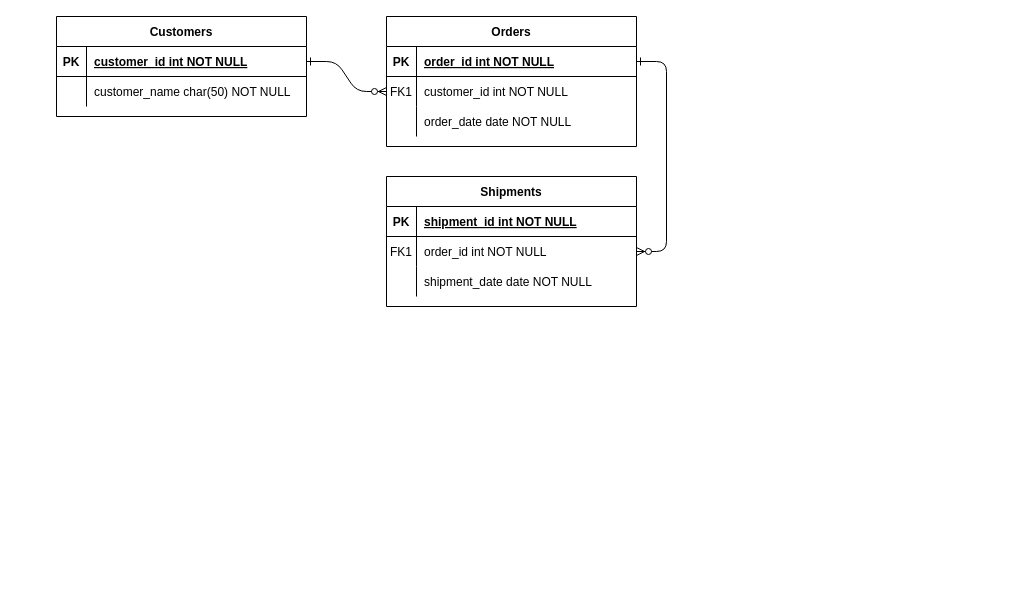
Above: Untitled Diagram.drawio in michipase/Bookique_animaniacs (draw.io), before the change. Source tidied: cells renumbered, new cells numbered last; positions are measured from the earlier drawing's top-left corner, leaving out a move shared by most shapes. Both pictures are drawn from the tidied source at 100%, with x=0, y=0 at pixel (56, 16).
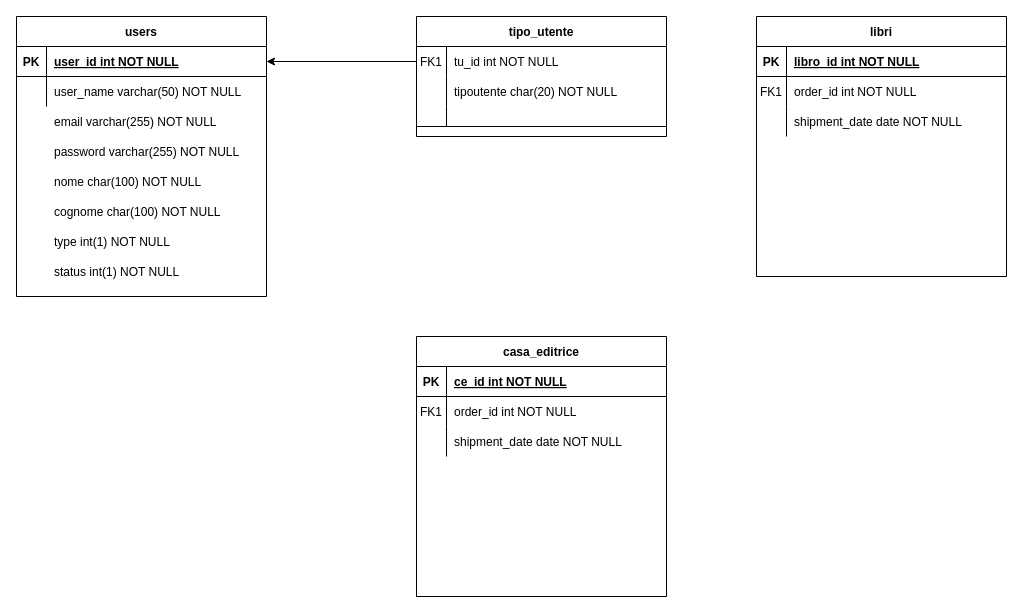
After the change.

Unchanged cells that the change refers to:
```xml
<mxCell id="25" style="shape=partialRectangle;fillColor=none;points=[[0,0.5],[1,0.5]];portConstraint=eastwest;top=0;left=0;right=0;bottom=1;" parent="24" vertex="1">
  <mxGeometry y="30" width="250" height="30" as="geometry" />
</mxCell>
<mxCell id="28" style="shape=partialRectangle;fillColor=none;top=0;left=0;right=0;bottom=0;" parent="24" vertex="1">
  <mxGeometry y="60" width="250" height="30" as="geometry" />
</mxCell>
```

Diff of the diagram source:
```diff
@@
-    <mxCell id="2" style="edgeStyle=entityRelationEdgeStyle;endArrow=ERzeroToMany;startArrow=ERone;endFill=1;startFill=0;" parent="1" edge="1" source="25" target="8">
-      <mxGeometry relative="1" as="geometry" />
-    </mxCell>
-    <mxCell id="3" style="edgeStyle=entityRelationEdgeStyle;endArrow=ERzeroToMany;startArrow=ERone;endFill=1;startFill=0;" parent="1" edge="1" source="5" target="18">
-      <mxGeometry relative="1" as="geometry" />
-    </mxCell>
-    <mxCell id="4" value="Orders" style="shape=table;startSize=30;childLayout=tableLayout;rowLines=0;fontStyle=1;align=center;" parent="1" vertex="1">
-      <mxGeometry x="330" width="250" height="130" as="geometry" />
+    <mxCell id="4" value="tipo_utente" style="shape=table;startSize=30;childLayout=tableLayout;rowLines=0;fontStyle=1;align=center;" parent="1" vertex="1">
+      <mxGeometry x="360" width="250" height="120" as="geometry" />
     </mxCell>
-    <mxCell id="5" style="shape=partialRectangle;fillColor=none;points=[[0,0.5],[1,0.5]];portConstraint=eastwest;top=0;left=0;right=0;bottom=1;" parent="4" vertex="1">
-      <mxGeometry y="30" width="250" height="30" as="geometry" />
-    </mxCell>
-    <mxCell id="6" value="PK" style="shape=partialRectangle;overflow=hidden;fillColor=none;top=0;left=0;bottom=0;right=0;fontStyle=1;" parent="5" vertex="1">
-      <mxGeometry width="30" height="30" as="geometry" />
-    </mxCell>
-    <mxCell id="7" value="order_id int NOT NULL " style="shape=partialRectangle;overflow=hidden;fillColor=none;top=0;left=0;bottom=0;right=0;align=left;spacingLeft=6;fontStyle=5;" parent="5" vertex="1">
-      <mxGeometry x="30" width="220" height="30" as="geometry" />
-    </mxCell>
     <mxCell id="8" style="shape=partialRectangle;fillColor=none;points=[[0,0.5],[1,0.5]];portConstraint=eastwest;top=0;left=0;right=0;bottom=0;" parent="4" vertex="1">
-      <mxGeometry y="60" width="250" height="30" as="geometry" />
+      <mxGeometry y="30" width="250" height="30" as="geometry" />
     </mxCell>
@@
-    <mxCell id="10" value="customer_id int NOT NULL" style="shape=partialRectangle;overflow=hidden;fillColor=none;top=0;left=0;bottom=0;right=0;align=left;spacingLeft=6;" parent="8" vertex="1">
+    <mxCell id="10" value="tu_id int NOT NULL" style="shape=partialRectangle;overflow=hidden;fillColor=none;top=0;left=0;bottom=0;right=0;align=left;spacingLeft=6;" parent="8" vertex="1">
       <mxGeometry x="30" width="220" height="30" as="geometry" />
     </mxCell>
     <mxCell id="11" style="shape=partialRectangle;fillColor=none;top=0;left=0;right=0;bottom=0;" parent="4" vertex="1">
-      <mxGeometry y="90" width="250" height="30" as="geometry" />
+      <mxGeometry y="60" width="250" height="30" as="geometry" />
     </mxCell>
@@
-    <mxCell id="13" value="order_date date NOT NULL" style="shape=partialRectangle;overflow=hidden;fillColor=none;top=0;left=0;bottom=0;right=0;align=left;spacingLeft=6;" parent="11" vertex="1">
+    <mxCell id="13" value="tipoutente char(20) NOT NULL" style="shape=partialRectangle;overflow=hidden;fillColor=none;top=0;left=0;bottom=0;right=0;align=left;spacingLeft=6;" parent="11" vertex="1">
       <mxGeometry x="30" width="220" height="30" as="geometry" />
     </mxCell>
-    <mxCell id="14" value="Shipments" style="shape=table;startSize=30;childLayout=tableLayout;rowLines=0;fontStyle=1;align=center;" parent="1" vertex="1">
-      <mxGeometry x="330" y="160" width="250" height="130" as="geometry" />
-    </mxCell>
-    <mxCell id="15" style="shape=partialRectangle;fillColor=none;top=0;left=0;right=0;bottom=1;" parent="14" vertex="1">
-      <mxGeometry y="30" width="250" height="30" as="geometry" />
-    </mxCell>
-    <mxCell id="16" value="PK" style="shape=partialRectangle;overflow=hidden;fillColor=none;top=0;left=0;bottom=0;right=0;fontStyle=1;" parent="15" vertex="1">
-      <mxGeometry width="30" height="30" as="geometry" />
-    </mxCell>
-    <mxCell id="17" value="shipment_id int NOT NULL " style="shape=partialRectangle;overflow=hidden;fillColor=none;top=0;left=0;bottom=0;right=0;align=left;spacingLeft=6;fontStyle=5;" parent="15" vertex="1">
-      <mxGeometry x="30" width="220" height="30" as="geometry" />
-    </mxCell>
-    <mxCell id="18" style="shape=partialRectangle;fillColor=none;points=[[0,0.5],[1,0.5]];portConstraint=eastwest;top=0;left=0;right=0;bottom=0;" parent="14" vertex="1">
-      <mxGeometry y="60" width="250" height="30" as="geometry" />
-    </mxCell>
-    <mxCell id="19" value="FK1" style="shape=partialRectangle;overflow=hidden;fillColor=none;top=0;left=0;bottom=0;right=0;" parent="18" vertex="1">
-      <mxGeometry width="30" height="30" as="geometry" />
-    </mxCell>
-    <mxCell id="20" value="order_id int NOT NULL" style="shape=partialRectangle;overflow=hidden;fillColor=none;top=0;left=0;bottom=0;right=0;align=left;spacingLeft=6;" parent="18" vertex="1">
-      <mxGeometry x="30" width="220" height="30" as="geometry" />
-    </mxCell>
-    <mxCell id="21" style="shape=partialRectangle;fillColor=none;top=0;left=0;right=0;bottom=0;" parent="14" vertex="1">
-      <mxGeometry y="90" width="250" height="30" as="geometry" />
-    </mxCell>
-    <mxCell id="22" style="shape=partialRectangle;overflow=hidden;fillColor=none;top=0;left=0;bottom=0;right=0;" parent="21" vertex="1">
-      <mxGeometry width="30" height="30" as="geometry" />
-    </mxCell>
-    <mxCell id="23" value="shipment_date date NOT NULL" style="shape=partialRectangle;overflow=hidden;fillColor=none;top=0;left=0;bottom=0;right=0;align=left;spacingLeft=6;" parent="21" vertex="1">
-      <mxGeometry x="30" width="220" height="30" as="geometry" />
-    </mxCell>
+    <mxCell id="5" style="shape=partialRectangle;fillColor=none;points=[[0,0.5],[1,0.5]];portConstraint=eastwest;top=0;left=0;right=0;bottom=1;" parent="4" vertex="1">
+      <mxGeometry y="90" width="250" height="20" as="geometry" />
+    </mxCell>
+    <mxCell id="6" style="shape=partialRectangle;overflow=hidden;fillColor=none;top=0;left=0;bottom=0;right=0;fontStyle=1;" parent="5" vertex="1">
+      <mxGeometry width="30" height="20" as="geometry" />
+    </mxCell>
+    <mxCell id="7" style="shape=partialRectangle;overflow=hidden;fillColor=none;top=0;left=0;bottom=0;right=0;align=left;spacingLeft=6;fontStyle=5;" parent="5" vertex="1">
+      <mxGeometry x="30" width="220" height="20" as="geometry" />
+    </mxCell>
-    <mxCell id="24" value="Customers" style="shape=table;startSize=30;childLayout=tableLayout;rowLines=0;fontStyle=1;align=center;" parent="1" vertex="1">
-      <mxGeometry width="250" height="100" as="geometry" />
+    <mxCell id="24" value="users" style="shape=table;startSize=30;childLayout=tableLayout;rowLines=0;fontStyle=1;align=center;" parent="1" vertex="1">
+      <mxGeometry x="-40" width="250" height="280" as="geometry" />
     </mxCell>
@@
-    <mxCell id="27" value="customer_id int NOT NULL " style="shape=partialRectangle;overflow=hidden;fillColor=none;top=0;left=0;bottom=0;right=0;align=left;spacingLeft=6;fontStyle=5;" parent="25" vertex="1">
+    <mxCell id="27" value="user_id int NOT NULL " style="shape=partialRectangle;overflow=hidden;fillColor=none;top=0;left=0;bottom=0;right=0;align=left;spacingLeft=6;fontStyle=5;" parent="25" vertex="1">
       <mxGeometry x="30" width="220" height="30" as="geometry" />
     </mxCell>
@@
-    <mxCell id="30" value="customer_name char(50) NOT NULL" style="shape=partialRectangle;overflow=hidden;fillColor=none;top=0;left=0;bottom=0;right=0;align=left;spacingLeft=6;" parent="28" vertex="1">
+    <mxCell id="30" value="user_name varchar(50) NOT NULL" style="shape=partialRectangle;overflow=hidden;fillColor=none;top=0;left=0;bottom=0;right=0;align=left;spacingLeft=6;" parent="28" vertex="1">
       <mxGeometry x="30" width="220" height="30" as="geometry" />
     </mxCell>
+    <mxCell id="31" value="password varchar(255) NOT NULL" style="shape=partialRectangle;overflow=hidden;fillColor=none;top=0;left=0;bottom=0;right=0;align=left;spacingLeft=6;" parent="1" vertex="1">
+      <mxGeometry x="-10" y="120" width="220" height="30" as="geometry" />
+    </mxCell>
+    <mxCell id="32" value="nome char(100) NOT NULL" style="shape=partialRectangle;overflow=hidden;fillColor=none;top=0;left=0;bottom=0;right=0;align=left;spacingLeft=6;" parent="1" vertex="1">
+      <mxGeometry x="-10" y="150" width="220" height="30" as="geometry" />
+    </mxCell>
+    <mxCell id="33" value="cognome char(100) NOT NULL" style="shape=partialRectangle;overflow=hidden;fillColor=none;top=0;left=0;bottom=0;right=0;align=left;spacingLeft=6;" parent="1" vertex="1">
+      <mxGeometry x="-10" y="180" width="220" height="30" as="geometry" />
+    </mxCell>
+    <mxCell id="34" value="email varchar(255) NOT NULL" style="shape=partialRectangle;overflow=hidden;fillColor=none;top=0;left=0;bottom=0;right=0;align=left;spacingLeft=6;" parent="1" vertex="1">
+      <mxGeometry x="-10" y="90" width="220" height="30" as="geometry" />
+    </mxCell>
+    <mxCell id="35" value="type int(1) NOT NULL" style="shape=partialRectangle;overflow=hidden;fillColor=none;top=0;left=0;bottom=0;right=0;align=left;spacingLeft=6;" parent="1" vertex="1">
+      <mxGeometry x="-10" y="210" width="220" height="30" as="geometry" />
+    </mxCell>
+    <mxCell id="36" value="status int(1) NOT NULL" style="shape=partialRectangle;overflow=hidden;fillColor=none;top=0;left=0;bottom=0;right=0;align=left;spacingLeft=6;" parent="1" vertex="1">
+      <mxGeometry x="-10" y="240" width="220" height="30" as="geometry" />
+    </mxCell>
+    <mxCell id="37" value="libri" style="shape=table;startSize=30;childLayout=tableLayout;rowLines=0;fontStyle=1;align=center;" parent="1" vertex="1">
+      <mxGeometry x="700" width="250" height="260" as="geometry" />
+    </mxCell>
+    <mxCell id="38" style="shape=partialRectangle;fillColor=none;top=0;left=0;right=0;bottom=1;" parent="37" vertex="1">
+      <mxGeometry y="30" width="250" height="30" as="geometry" />
+    </mxCell>
+    <mxCell id="39" value="PK" style="shape=partialRectangle;overflow=hidden;fillColor=none;top=0;left=0;bottom=0;right=0;fontStyle=1;" parent="38" vertex="1">
+      <mxGeometry width="30" height="30" as="geometry" />
+    </mxCell>
+    <mxCell id="40" value="libro_id int NOT NULL " style="shape=partialRectangle;overflow=hidden;fillColor=none;top=0;left=0;bottom=0;right=0;align=left;spacingLeft=6;fontStyle=5;" parent="38" vertex="1">
+      <mxGeometry x="30" width="220" height="30" as="geometry" />
+    </mxCell>
+    <mxCell id="41" style="shape=partialRectangle;fillColor=none;top=0;left=0;right=0;bottom=0;" parent="37" vertex="1">
+      <mxGeometry y="60" width="250" height="30" as="geometry" />
+    </mxCell>
+    <mxCell id="42" value="FK1" style="shape=partialRectangle;overflow=hidden;fillColor=none;top=0;left=0;bottom=0;right=0;" parent="41" vertex="1">
+      <mxGeometry width="30" height="30" as="geometry" />
+    </mxCell>
+    <mxCell id="43" value="order_id int NOT NULL" style="shape=partialRectangle;overflow=hidden;fillColor=none;top=0;left=0;bottom=0;right=0;align=left;spacingLeft=6;" parent="41" vertex="1">
+      <mxGeometry x="30" width="220" height="30" as="geometry" />
+    </mxCell>
+    <mxCell id="44" style="shape=partialRectangle;fillColor=none;top=0;left=0;right=0;bottom=0;" parent="37" vertex="1">
+      <mxGeometry y="90" width="250" height="30" as="geometry" />
+    </mxCell>
+    <mxCell id="45" style="shape=partialRectangle;overflow=hidden;fillColor=none;top=0;left=0;bottom=0;right=0;" parent="44" vertex="1">
+      <mxGeometry width="30" height="30" as="geometry" />
+    </mxCell>
+    <mxCell id="46" value="shipment_date date NOT NULL" style="shape=partialRectangle;overflow=hidden;fillColor=none;top=0;left=0;bottom=0;right=0;align=left;spacingLeft=6;" parent="44" vertex="1">
+      <mxGeometry x="30" width="220" height="30" as="geometry" />
+    </mxCell>
+    <mxCell id="47" style="edgeStyle=orthogonalEdgeStyle;rounded=0;jettySize=auto;html=1;" parent="1" edge="1" source="8" target="25">
+      <mxGeometry relative="1" as="geometry" />
+    </mxCell>
+    <mxCell id="48" value="casa_editrice" style="shape=table;startSize=30;childLayout=tableLayout;rowLines=0;fontStyle=1;align=center;" parent="1" vertex="1">
+      <mxGeometry x="360" y="320" width="250" height="260" as="geometry" />
+    </mxCell>
+    <mxCell id="49" style="shape=partialRectangle;fillColor=none;top=0;left=0;right=0;bottom=1;" parent="48" vertex="1">
+      <mxGeometry y="30" width="250" height="30" as="geometry" />
+    </mxCell>
+    <mxCell id="50" value="PK" style="shape=partialRectangle;overflow=hidden;fillColor=none;top=0;left=0;bottom=0;right=0;fontStyle=1;" parent="49" vertex="1">
+      <mxGeometry width="30" height="30" as="geometry" />
+    </mxCell>
+    <mxCell id="51" value="ce_id int NOT NULL " style="shape=partialRectangle;overflow=hidden;fillColor=none;top=0;left=0;bottom=0;right=0;align=left;spacingLeft=6;fontStyle=5;" parent="49" vertex="1">
+      <mxGeometry x="30" width="220" height="30" as="geometry" />
+    </mxCell>
+    <mxCell id="52" style="shape=partialRectangle;fillColor=none;top=0;left=0;right=0;bottom=0;" parent="48" vertex="1">
+      <mxGeometry y="60" width="250" height="30" as="geometry" />
+    </mxCell>
+    <mxCell id="53" value="FK1" style="shape=partialRectangle;overflow=hidden;fillColor=none;top=0;left=0;bottom=0;right=0;" parent="52" vertex="1">
+      <mxGeometry width="30" height="30" as="geometry" />
+    </mxCell>
+    <mxCell id="54" value="order_id int NOT NULL" style="shape=partialRectangle;overflow=hidden;fillColor=none;top=0;left=0;bottom=0;right=0;align=left;spacingLeft=6;" parent="52" vertex="1">
+      <mxGeometry x="30" width="220" height="30" as="geometry" />
+    </mxCell>
+    <mxCell id="55" style="shape=partialRectangle;fillColor=none;top=0;left=0;right=0;bottom=0;" parent="48" vertex="1">
+      <mxGeometry y="90" width="250" height="30" as="geometry" />
+    </mxCell>
+    <mxCell id="56" style="shape=partialRectangle;overflow=hidden;fillColor=none;top=0;left=0;bottom=0;right=0;" parent="55" vertex="1">
+      <mxGeometry width="30" height="30" as="geometry" />
+    </mxCell>
+    <mxCell id="57" value="shipment_date date NOT NULL" style="shape=partialRectangle;overflow=hidden;fillColor=none;top=0;left=0;bottom=0;right=0;align=left;spacingLeft=6;" parent="55" vertex="1">
+      <mxGeometry x="30" width="220" height="30" as="geometry" />
+    </mxCell>
```
